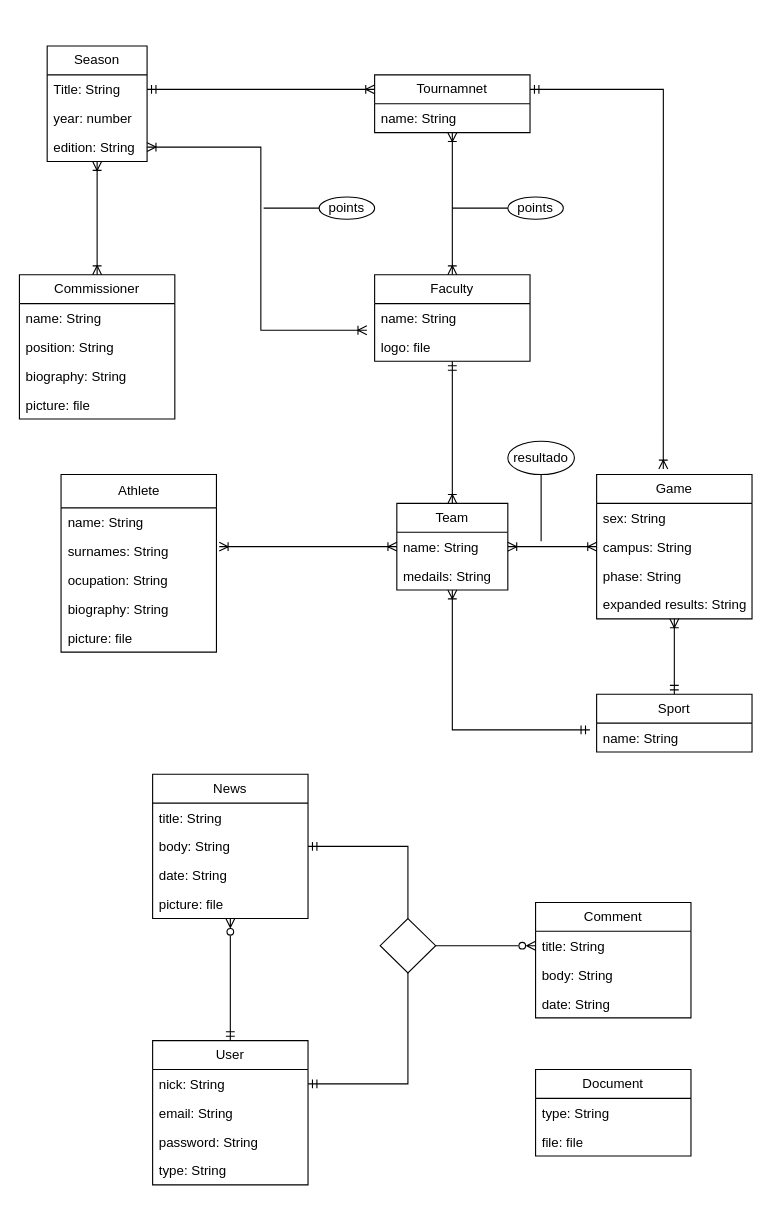
This is Informes/classDiagram.drawio from chriss8g/Juegos-Caribe, a draw.io file, before an edit. Source tidied: cells renumbered, new cells numbered last; positions are measured from the earlier drawing's top-left corner, leaving out a move shared by most shapes. Both pictures are drawn from the tidied source at 111%, with x=0, y=0 at pixel (19, 46).
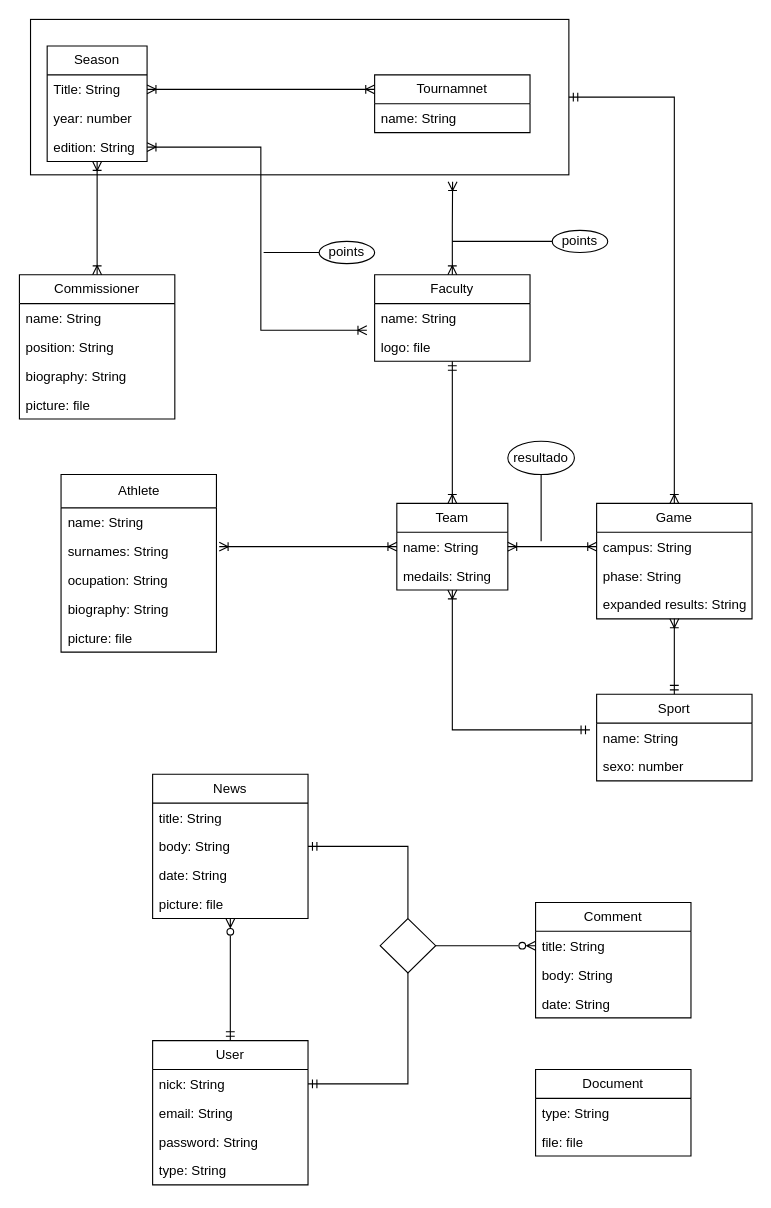
The same page after the edit.

Unchanged cells that the change refers to:
```xml
<mxCell id="9" value="Faculty" style="swimlane;fontStyle=0;horizontal=1;startSize=26;fillColor=none;whiteSpace=wrap;html=1;" parent="1" vertex="1">
  <mxGeometry x="320" y="206" width="140" height="78" as="geometry" />
</mxCell>
<mxCell id="48" value="Title: String" style="text;strokeColor=none;fillColor=none;align=left;verticalAlign=top;spacingLeft=4;spacingRight=4;overflow=hidden;points=[[0,0.5],[1,0.5]];portConstraint=eastwest;whiteSpace=wrap;html=1;" parent="47" vertex="1">
  <mxGeometry y="26" width="90" height="26" as="geometry" />
</mxCell>
<mxCell id="53" value="Tournamnet" style="swimlane;fontStyle=0;horizontal=1;startSize=26;fillColor=none;whiteSpace=wrap;html=1;" parent="1" vertex="1">
  <mxGeometry x="320" y="26" width="140" height="52" as="geometry" />
</mxCell>
```

The edit, as a diff of the source:
```diff
@@
     <mxCell id="15" value="Sport" style="swimlane;fontStyle=0;horizontal=1;startSize=26;fillColor=none;whiteSpace=wrap;html=1;" parent="1" vertex="1">
-      <mxGeometry x="520" y="584" width="140" height="52" as="geometry" />
+      <mxGeometry x="520" y="584" width="140" height="78" as="geometry" />
     </mxCell>
@@
+    <mxCell id="70" value="sexo: number" style="text;strokeColor=none;fillColor=none;align=left;verticalAlign=top;spacingLeft=4;spacingRight=4;overflow=hidden;whiteSpace=wrap;html=1;" parent="15" vertex="1">
+      <mxGeometry y="52" width="140" height="26" as="geometry" />
+    </mxCell>
@@
     <mxCell id="41" value="Game" style="swimlane;fontStyle=0;horizontal=1;startSize=26;fillColor=none;whiteSpace=wrap;html=1;" parent="1" vertex="1">
-      <mxGeometry x="520" y="386" width="140" height="130" as="geometry" />
+      <mxGeometry x="520" y="412" width="140" height="104" as="geometry" />
     </mxCell>
-    <mxCell id="42" value="sex: String" style="text;strokeColor=none;fillColor=none;align=left;verticalAlign=top;spacingLeft=4;spacingRight=4;overflow=hidden;whiteSpace=wrap;html=1;" parent="41" vertex="1">
-      <mxGeometry y="26" width="140" height="26" as="geometry" />
-    </mxCell>
     <mxCell id="43" value="campus: String" style="text;strokeColor=none;fillColor=none;align=left;verticalAlign=top;spacingLeft=4;spacingRight=4;overflow=hidden;points=[[0,0.5],[1,0.5]];portConstraint=eastwest;whiteSpace=wrap;html=1;" parent="41" vertex="1">
-      <mxGeometry y="52" width="140" height="26" as="geometry" />
+      <mxGeometry y="26" width="140" height="26" as="geometry" />
     </mxCell>
     <mxCell id="44" value="phase: String" style="text;strokeColor=none;fillColor=none;align=left;verticalAlign=top;spacingLeft=4;spacingRight=4;overflow=hidden;whiteSpace=wrap;html=1;" parent="41" vertex="1">
-      <mxGeometry y="78" width="140" height="26" as="geometry" />
+      <mxGeometry y="52" width="140" height="26" as="geometry" />
     </mxCell>
     <mxCell id="45" value="expanded results: String" style="text;strokeColor=none;fillColor=none;align=left;verticalAlign=top;spacingLeft=4;spacingRight=4;overflow=hidden;whiteSpace=wrap;html=1;" parent="41" vertex="1">
-      <mxGeometry y="104" width="140" height="26" as="geometry" />
+      <mxGeometry y="78" width="140" height="26" as="geometry" />
     </mxCell>
@@
-    <mxCell id="51" style="edgeStyle=orthogonalEdgeStyle;rounded=0;jettySize=auto;html=1;entryX=0.5;entryY=0;entryDx=0;entryDy=0;endArrow=ERoneToMany;endFill=0;startArrow=ERoneToMany;startFill=0;" parent="1" edge="1" source="53" target="9">
-      <mxGeometry relative="1" as="geometry" />
-    </mxCell>
-    <mxCell id="52" style="edgeStyle=orthogonalEdgeStyle;rounded=0;jettySize=auto;html=1;exitX=0;exitY=0.25;exitDx=0;exitDy=0;entryX=1;entryY=0.5;entryDx=0;entryDy=0;startArrow=ERoneToMany;startFill=0;endArrow=ERmandOne;endFill=0;" parent="1" edge="1" source="53" target="48">
+    <mxCell id="52" style="edgeStyle=orthogonalEdgeStyle;rounded=0;jettySize=auto;html=1;exitX=0;exitY=0.25;exitDx=0;exitDy=0;entryX=1;entryY=0.5;entryDx=0;entryDy=0;startArrow=ERoneToMany;startFill=0;endArrow=ERoneToMany;endFill=0;" parent="1" edge="1" source="53" target="48">
       <mxGeometry relative="1" as="geometry" />
     </mxCell>
@@
-    <mxCell id="56" style="edgeStyle=orthogonalEdgeStyle;rounded=0;jettySize=auto;html=1;endArrow=ERoneToMany;endFill=0;startArrow=ERmandOne;startFill=0;entryX=0.429;entryY=-0.038;entryDx=0;entryDy=0;entryPerimeter=0;exitX=1;exitY=0.25;exitDx=0;exitDy=0;" parent="1" edge="1" source="53" target="41">
-      <mxGeometry relative="1" as="geometry">
-        <Array as="points">
-          <mxPoint x="580" y="39" />
-        </Array>
-      </mxGeometry>
-    </mxCell>
@@
     <mxCell id="60" style="edgeStyle=orthogonalEdgeStyle;rounded=0;jettySize=auto;html=1;endArrow=none;endFill=0;" parent="1" edge="1" source="61">
       <mxGeometry relative="1" as="geometry">
-        <mxPoint x="390" y="146" as="targetPoint" />
+        <mxPoint x="390" y="176" as="targetPoint" />
+        <Array as="points">
+          <mxPoint x="423" y="176" />
+        </Array>
       </mxGeometry>
     </mxCell>
     <mxCell id="61" value="points" style="ellipse;whiteSpace=wrap;html=1;fillColor=none;" parent="1" vertex="1">
-      <mxGeometry x="440" y="136" width="50" height="20" as="geometry" />
+      <mxGeometry x="480" y="166" width="50" height="20" as="geometry" />
     </mxCell>
@@
     <mxCell id="66" style="edgeStyle=orthogonalEdgeStyle;rounded=0;jettySize=auto;html=1;endArrow=none;endFill=0;" parent="1" edge="1" source="67">
       <mxGeometry relative="1" as="geometry">
-        <mxPoint x="220" y="146" as="targetPoint" />
+        <mxPoint x="220" y="186" as="targetPoint" />
       </mxGeometry>
     </mxCell>
     <mxCell id="67" value="points" style="ellipse;whiteSpace=wrap;html=1;fillColor=none;" parent="1" vertex="1">
-      <mxGeometry x="270" y="136" width="50" height="20" as="geometry" />
+      <mxGeometry x="270" y="176" width="50" height="20" as="geometry" />
     </mxCell>
@@
+    <mxCell id="71" style="edgeStyle=orthogonalEdgeStyle;rounded=0;jettySize=auto;html=1;exitX=0.5;exitY=0;exitDx=0;exitDy=0;endArrow=ERmandOne;endFill=0;startArrow=ERoneToMany;startFill=0;entryX=1;entryY=0.5;entryDx=0;entryDy=0;" parent="1" edge="1" source="41" target="72">
+      <mxGeometry relative="1" as="geometry" />
+    </mxCell>
+    <mxCell id="72" style="rounded=0;whiteSpace=wrap;html=1;fillColor=none;" parent="1" vertex="1">
+      <mxGeometry x="10" y="-24" width="485" height="140" as="geometry" />
+    </mxCell>
+    <mxCell id="73" style="edgeStyle=orthogonalEdgeStyle;rounded=0;jettySize=auto;html=1;entryX=0.784;entryY=1.044;entryDx=0;entryDy=0;entryPerimeter=0;endArrow=ERoneToMany;endFill=0;startArrow=ERoneToMany;startFill=0;" parent="1" edge="1" source="9" target="72">
+      <mxGeometry relative="1" as="geometry" />
+    </mxCell>
```
